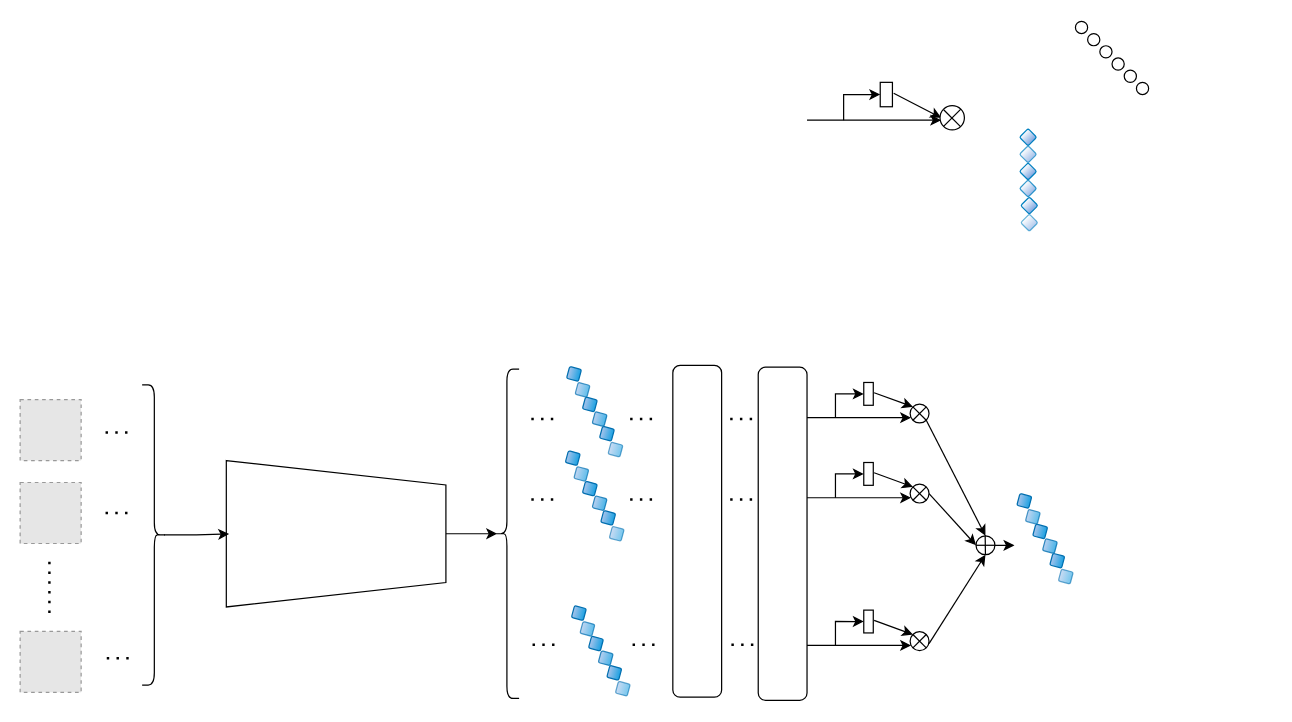
Above: python习题/网络结构.drawio in Silvia-man/test- (draw.io), before the change. Source tidied: cells renumbered, new cells numbered last; positions are measured from the earlier drawing's top-left corner, leaving out a move shared by most shapes. Both pictures are drawn from the tidied source at 122%, with x=0, y=0 at pixel (20, 21). Pictures stored in the file or linked from it are replaced by grey dashed boxes.
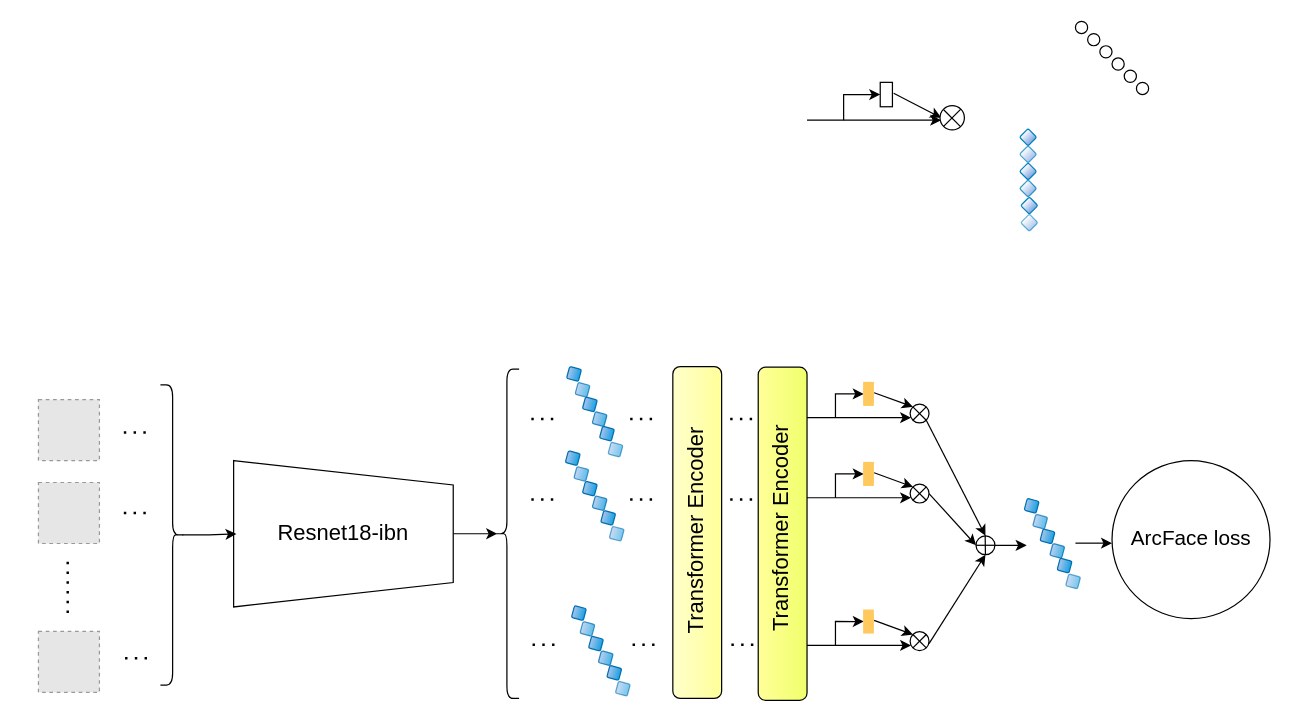
Above is the later version.

Commit message (it also covers changes not shown here):
更新网络结构.drawio

Unchanged cells that the change refers to:
```xml
<mxCell id="59" style="group;" parent="1" vertex="1">
  <mxGeometry x="645" y="482.6" width="100" height="36.4" as="geometry" />
</mxCell>
<mxCell id="68" style="group;" parent="1" vertex="1">
  <mxGeometry x="645" y="361.6" width="100" height="36.4" as="geometry" />
</mxCell>
<mxCell id="77" style="group;" parent="1" vertex="1">
  <mxGeometry x="645" y="296" width="100" height="36.4" as="geometry" />
</mxCell>
<mxCell id="86" style="group;" parent="1" vertex="1">
  <mxGeometry x="780.3" y="418.5" width="21.9" height="21.9" as="geometry" />
</mxCell>
<mxCell id="88" style="ellipse;whiteSpace=wrap;html=1;direction=west;rotation=45;" parent="86" vertex="1">
  <mxGeometry x="3.2" y="3.2" width="15.5" height="15.5" as="geometry" />
</mxCell>
```

Change to the diagram source:
```diff
@@
-    <mxCell id="3" style="shape=trapezoid;perimeter=trapezoidPerimeter;whiteSpace=wrap;html=1;fixedSize=1;direction=south;" parent="1" vertex="1">
-      <mxGeometry x="169" y="360" width="180" height="120" as="geometry" />
+    <mxCell id="3" value="&lt;font style=&quot;font-size: 18px;&quot;&gt;Resnet18-ibn&lt;/font&gt;" style="shape=trapezoid;perimeter=trapezoidPerimeter;whiteSpace=wrap;html=1;fixedSize=1;direction=south;" parent="1" vertex="1">
+      <mxGeometry x="175" y="360" width="180" height="120" as="geometry" />
     </mxCell>
-    <mxCell id="4" style="rounded=1;whiteSpace=wrap;html=1;" parent="1" vertex="1">
-      <mxGeometry x="535" y="282" width="40" height="272" as="geometry" />
+    <mxCell id="4" style="rounded=1;whiteSpace=wrap;html=1;direction=east;labelPosition=center;verticalLabelPosition=middle;align=center;verticalAlign=middle;gradientColor=#FFFF99;fillColor=#FFFFCC;gradientDirection=east;" parent="1" vertex="1">
+      <mxGeometry x="535" y="283" width="40" height="272" as="geometry" />
     </mxCell>
-    <mxCell id="5" style="rounded=1;whiteSpace=wrap;html=1;" parent="1" vertex="1">
+    <mxCell id="5" style="rounded=1;whiteSpace=wrap;html=1;fillColor=#FFFF99;gradientColor=#F0FF6B;gradientDirection=east;" parent="1" vertex="1">
       <mxGeometry x="605" y="283.5" width="40" height="273" as="geometry" />
     </mxCell>
@@
     <mxCell id="8" style="shape=curlyBracket;whiteSpace=wrap;html=1;rounded=1;flipH=1;labelPosition=right;verticalLabelPosition=middle;align=left;verticalAlign=middle;" parent="1" vertex="1">
-      <mxGeometry x="100" y="298" width="20" height="246" as="geometry" />
+      <mxGeometry x="115" y="298" width="20" height="246" as="geometry" />
     </mxCell>
@@
     <mxCell id="42" style="group;" parent="1" vertex="1">
-      <mxGeometry y="310" width="91" height="240" as="geometry" />
+      <mxGeometry x="15" y="310" width="91" height="240" as="geometry" />
     </mxCell>
@@
-    <mxCell id="62" style="rounded=0;whiteSpace=wrap;html=1;" parent="59" vertex="1">
+    <mxCell id="62" style="rounded=0;whiteSpace=wrap;html=1;fillColor=#FFC95E;strokeColor=#FFC95E;" parent="59" vertex="1">
       <mxGeometry x="46.5" width="7.8" height="18.7" as="geometry" />
     </mxCell>
@@
-    <mxCell id="71" style="rounded=0;whiteSpace=wrap;html=1;" parent="68" vertex="1">
+    <mxCell id="71" style="rounded=0;whiteSpace=wrap;html=1;strokeColor=#FFC95E;fillColor=#FFC95E;" parent="68" vertex="1">
       <mxGeometry x="46.5" width="7.8" height="18.7" as="geometry" />
     </mxCell>
@@
-    <mxCell id="80" style="rounded=0;whiteSpace=wrap;html=1;" parent="77" vertex="1">
+    <mxCell id="80" style="rounded=0;whiteSpace=wrap;html=1;fillColor=#FFC95E;strokeColor=#FFC95E;" parent="77" vertex="1">
       <mxGeometry x="46.5" width="7.8" height="18.7" as="geometry" />
     </mxCell>
@@
     <mxCell id="87" style="edgeStyle=orthogonalEdgeStyle;rounded=0;jettySize=auto;html=1;exitX=0;exitY=1;exitDx=0;exitDy=0;" parent="86" edge="1" source="88">
       <mxGeometry relative="1" as="geometry">
-        <mxPoint x="34.7" y="11.1" as="targetPoint" />
+        <mxPoint x="44.7" y="11.5" as="targetPoint" />
       </mxGeometry>
     </mxCell>
@@
     <mxCell id="100" style="group;" parent="1" vertex="1">
-      <mxGeometry x="817" y="387" width="46.2" height="74.2" as="geometry" />
+      <mxGeometry x="823" y="391" width="46.2" height="74.2" as="geometry" />
     </mxCell>
@@
+    <mxCell id="107" value="&lt;font style=&quot;font-size: 17px;&quot;&gt;ArcFace loss&lt;br&gt;&lt;/font&gt;" style="ellipse;whiteSpace=wrap;html=1;" parent="1" vertex="1">
+      <mxGeometry x="895" y="360" width="129.5" height="129.5" as="geometry" />
+    </mxCell>
+    <mxCell id="108" value="Transformer Encoder" style="text;html=1;align=center;verticalAlign=middle;strokeColor=none;fillColor=none;rotation=-90;fontSize=18;" parent="1" vertex="1">
+      <mxGeometry x="459" y="398" width="190" height="40" as="geometry" />
+    </mxCell>
+    <mxCell id="109" value="Transformer Encoder" style="text;html=1;align=center;verticalAlign=middle;strokeColor=none;fillColor=none;rotation=-90;fontSize=18;" parent="1" vertex="1">
+      <mxGeometry x="529" y="396" width="190" height="40" as="geometry" />
+    </mxCell>
+    <mxCell id="110" style="endArrow=classic;html=1;rounded=0;" parent="1" edge="1">
+      <mxGeometry relative="1" as="geometry">
+        <mxPoint x="865" y="427.7" as="sourcePoint" />
+        <mxPoint x="895" y="427.7" as="targetPoint" />
+      </mxGeometry>
+    </mxCell>
```
